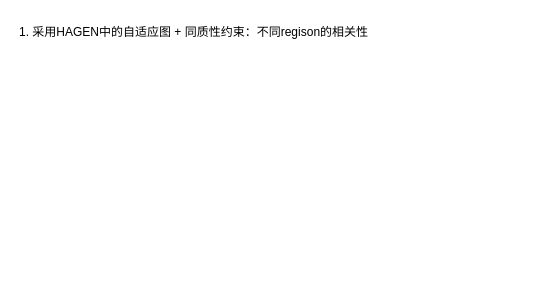
Before: traffic_weather.drawio in GPlaying/brain_map, a draw.io diagram. Source tidied: cells renumbered, new cells numbered last; positions are measured from the earlier drawing's top-left corner, leaving out a move shared by most shapes. Both pictures are drawn from the tidied source at 100%, with x=0, y=0 at pixel (17, 17).
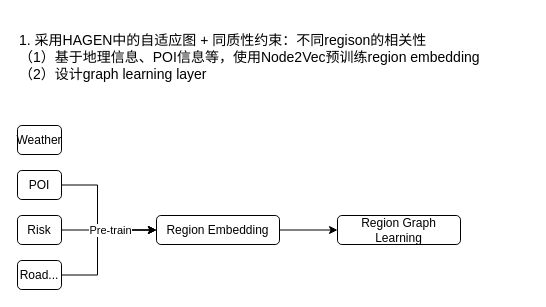
The same diagram, later.

The edit, as a diff of the source:
```diff
@@
 <mxGraphModel>
   <root>
     <mxCell id="0" />
     <mxCell id="1" parent="0" />
-    <mxCell id="2" value="1. 采用HAGEN中的自适应图 + 同质性约束：不同regison的相关性" style="text;html=1;strokeColor=none;fillColor=none;align=left;verticalAlign=middle;whiteSpace=wrap;rounded=0;" parent="1" vertex="1">
-      <mxGeometry width="375" height="30" as="geometry" />
+    <mxCell id="2" value="&lt;font style=&quot;font-size: 14px;&quot;&gt;1. 采用HAGEN中的自适应图 + 同质性约束：不同regison的相关性&lt;br&gt;（1）基于地理信息、POI信息等，使用Node2Vec预训练region embedding&lt;br&gt;（2）设计graph learning layer&lt;br&gt;&lt;/font&gt;" style="text;html=1;strokeColor=none;fillColor=none;align=left;verticalAlign=middle;whiteSpace=wrap;rounded=0;" parent="1" vertex="1">
+      <mxGeometry width="511" height="80" as="geometry" />
     </mxCell>
+    <mxCell id="3" style="edgeStyle=orthogonalEdgeStyle;rounded=0;jettySize=auto;html=1;entryX=0;entryY=0.5;entryDx=0;entryDy=0;" parent="1" edge="1" source="4" target="11">
+      <mxGeometry relative="1" as="geometry">
+        <Array as="points">
+          <mxPoint x="80" y="168" />
+          <mxPoint x="80" y="213" />
+        </Array>
+      </mxGeometry>
+    </mxCell>
+    <mxCell id="4" value="POI" style="rounded=1;whiteSpace=wrap;html=1;" parent="1" vertex="1">
+      <mxGeometry y="153" width="44" height="29" as="geometry" />
+    </mxCell>
+    <mxCell id="5" style="edgeStyle=orthogonalEdgeStyle;rounded=0;jettySize=auto;html=1;" parent="1" edge="1" source="6" target="11">
+      <mxGeometry relative="1" as="geometry" />
+    </mxCell>
+    <mxCell id="6" value="Risk" style="rounded=1;whiteSpace=wrap;html=1;" parent="1" vertex="1">
+      <mxGeometry y="198" width="44" height="29" as="geometry" />
+    </mxCell>
+    <mxCell id="7" style="edgeStyle=orthogonalEdgeStyle;rounded=0;jettySize=auto;html=1;entryX=0;entryY=0.5;entryDx=0;entryDy=0;" parent="1" edge="1" source="9" target="11">
+      <mxGeometry relative="1" as="geometry">
+        <Array as="points">
+          <mxPoint x="80" y="258" />
+          <mxPoint x="80" y="213" />
+        </Array>
+      </mxGeometry>
+    </mxCell>
+    <mxCell id="8" value="Pre-train" style="edgeLabel;html=1;align=center;verticalAlign=middle;" parent="7" vertex="1">
+      <mxGeometry x="0.33" relative="1" as="geometry" />
+    </mxCell>
+    <mxCell id="9" value="Road..." style="rounded=1;whiteSpace=wrap;html=1;" parent="1" vertex="1">
+      <mxGeometry y="243" width="44" height="29" as="geometry" />
+    </mxCell>
+    <mxCell id="10" style="edgeStyle=orthogonalEdgeStyle;rounded=0;jettySize=auto;html=1;" parent="1" edge="1" source="11" target="12">
+      <mxGeometry relative="1" as="geometry" />
+    </mxCell>
+    <mxCell id="11" value="Region Embedding" style="rounded=1;whiteSpace=wrap;html=1;" parent="1" vertex="1">
+      <mxGeometry x="139" y="198" width="123" height="29" as="geometry" />
+    </mxCell>
+    <mxCell id="12" value="Region Graph Learning" style="rounded=1;whiteSpace=wrap;html=1;" parent="1" vertex="1">
+      <mxGeometry x="320" y="198" width="123" height="29" as="geometry" />
+    </mxCell>
+    <mxCell id="13" value="Weather" style="rounded=1;whiteSpace=wrap;html=1;" parent="1" vertex="1">
+      <mxGeometry y="108" width="44" height="29" as="geometry" />
+    </mxCell>
   </root>
 </mxGraphModel>
```
